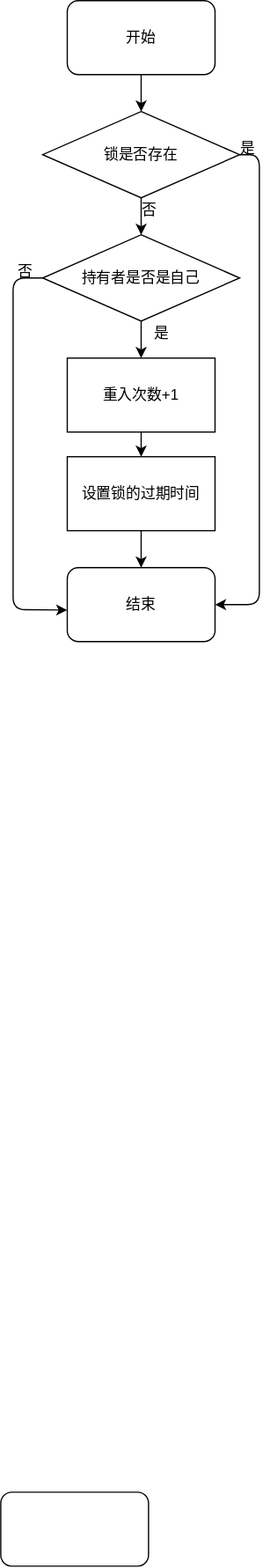
Before: redisson/src/main/resources/md/lock/Redisson-Lock-Script.dio.svg, a diagram exported from draw.io (VegetableBCoder/redisson-learn). Source tidied: cells renumbered, new cells last; positions are measured from the earlier drawing's top-left corner, leaving out a move shared by most shapes.
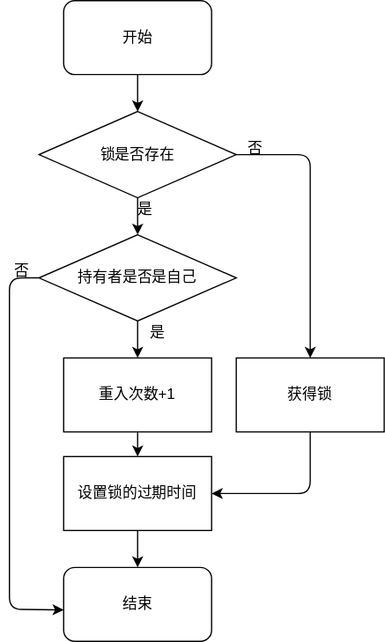
Later version of the same file.

What changed in the source:
```diff
@@ -2,9 +2,6 @@
   <root>
     <mxCell id="0" />
     <mxCell id="1" parent="0" />
-    <mxCell id="2" style="rounded=1;whiteSpace=wrap;html=1;" parent="1" vertex="1">
-      <mxGeometry y="1210" width="120" height="60" as="geometry" />
-    </mxCell>
     <mxCell id="3" style="edgeStyle=none;html=1;exitX=0.5;exitY=1;exitDx=0;exitDy=0;entryX=0.5;entryY=0;entryDx=0;entryDy=0;" parent="1" edge="1" source="4" target="7">
       <mxGeometry relative="1" as="geometry" />
     </mxCell>
@@ -14,14 +11,13 @@
     <mxCell id="5" style="edgeStyle=none;html=1;exitX=0.5;exitY=1;exitDx=0;exitDy=0;entryX=0.5;entryY=0;entryDx=0;entryDy=0;" parent="1" edge="1" source="7" target="13">
       <mxGeometry relative="1" as="geometry" />
     </mxCell>
-    <mxCell id="6" style="edgeStyle=none;html=1;exitX=1;exitY=0.5;exitDx=0;exitDy=0;entryX=1;entryY=0.5;entryDx=0;entryDy=0;" parent="1" edge="1" source="7" target="8">
-      <mxGeometry relative="1" as="geometry">
-        <Array as="points">
-          <mxPoint x="210" y="125" />
-          <mxPoint x="210" y="490" />
-        </Array>
-      </mxGeometry>
-    </mxCell>
+    <mxCell id="20" style="edgeStyle=none;html=1;exitX=1;exitY=0.5;exitDx=0;exitDy=0;entryX=0.5;entryY=0;entryDx=0;entryDy=0;" parent="1" edge="1" source="7" target="22">
+      <mxGeometry relative="1" as="geometry">
+        <Array as="points">
+          <mxPoint x="254" y="125" />
+        </Array>
+      </mxGeometry>
+    </mxCell>
     <mxCell id="7" value="锁是否存在" style="rhombus;whiteSpace=wrap;html=1;" parent="1" vertex="1">
       <mxGeometry x="34" y="90" width="160" height="70" as="geometry" />
     </mxCell>
@@ -48,7 +44,7 @@
     <mxCell id="13" value="持有者是否是自己" style="rhombus;whiteSpace=wrap;html=1;" parent="1" vertex="1">
       <mxGeometry x="34" y="190" width="160" height="70" as="geometry" />
     </mxCell>
-    <mxCell id="14" value="否" style="text;html=1;align=center;verticalAlign=middle;strokeColor=none;fillColor=none;" parent="1" vertex="1">
+    <mxCell id="14" value="是" style="text;html=1;align=center;verticalAlign=middle;strokeColor=none;fillColor=none;" parent="1" vertex="1">
       <mxGeometry x="105" y="160" width="30" height="20" as="geometry" />
     </mxCell>
     <mxCell id="15" style="edgeStyle=none;html=1;entryX=0.5;entryY=0;entryDx=0;entryDy=0;" parent="1" edge="1" source="16" target="8">
@@ -60,11 +56,21 @@
     <mxCell id="17" value="是" style="text;html=1;align=center;verticalAlign=middle;strokeColor=none;fillColor=none;" parent="1" vertex="1">
       <mxGeometry x="115" y="260" width="30" height="20" as="geometry" />
     </mxCell>
-    <mxCell id="18" value="是" style="text;html=1;align=center;verticalAlign=middle;strokeColor=none;fillColor=none;" parent="1" vertex="1">
-      <mxGeometry x="185" y="110" width="30" height="20" as="geometry" />
+    <mxCell id="18" value="否&lt;br&gt;" style="text;html=1;align=center;verticalAlign=middle;strokeColor=none;fillColor=none;" parent="1" vertex="1">
+      <mxGeometry x="194" y="110" width="30" height="20" as="geometry" />
     </mxCell>
     <mxCell id="19" value="否" style="text;html=1;align=center;verticalAlign=middle;strokeColor=none;fillColor=none;" parent="1" vertex="1">
       <mxGeometry x="5" y="210" width="30" height="20" as="geometry" />
     </mxCell>
+    <mxCell id="21" style="edgeStyle=none;html=1;exitX=0.5;exitY=1;exitDx=0;exitDy=0;entryX=1;entryY=0.5;entryDx=0;entryDy=0;" parent="1" edge="1" source="22" target="16">
+      <mxGeometry relative="1" as="geometry">
+        <Array as="points">
+          <mxPoint x="254" y="400" />
+        </Array>
+      </mxGeometry>
+    </mxCell>
+    <mxCell id="22" value="获得锁" style="rounded=0;whiteSpace=wrap;html=1;" parent="1" vertex="1">
+      <mxGeometry x="194" y="290" width="120" height="60" as="geometry" />
+    </mxCell>
   </root>
 </mxGraphModel>
```
